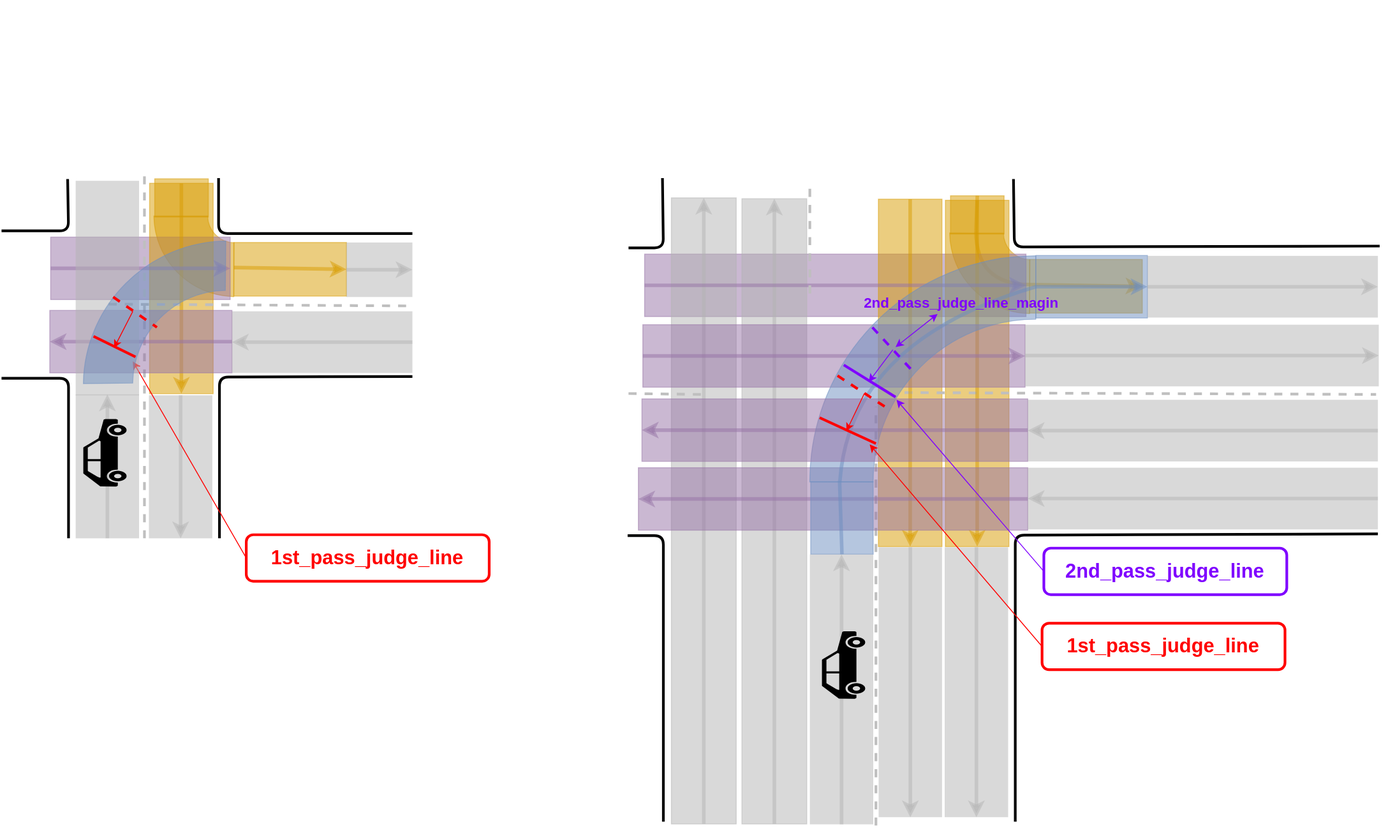
Above: pr-6047/planning/behavior_velocity_intersection_module/docs/pass-judge-line.drawio.svg in zusizusi/autoware.universe (draw.io), before the change. Source tidied: cells renumbered, new cells last; positions are measured from the earlier drawing's top-left corner, leaving out a move shared by most shapes.
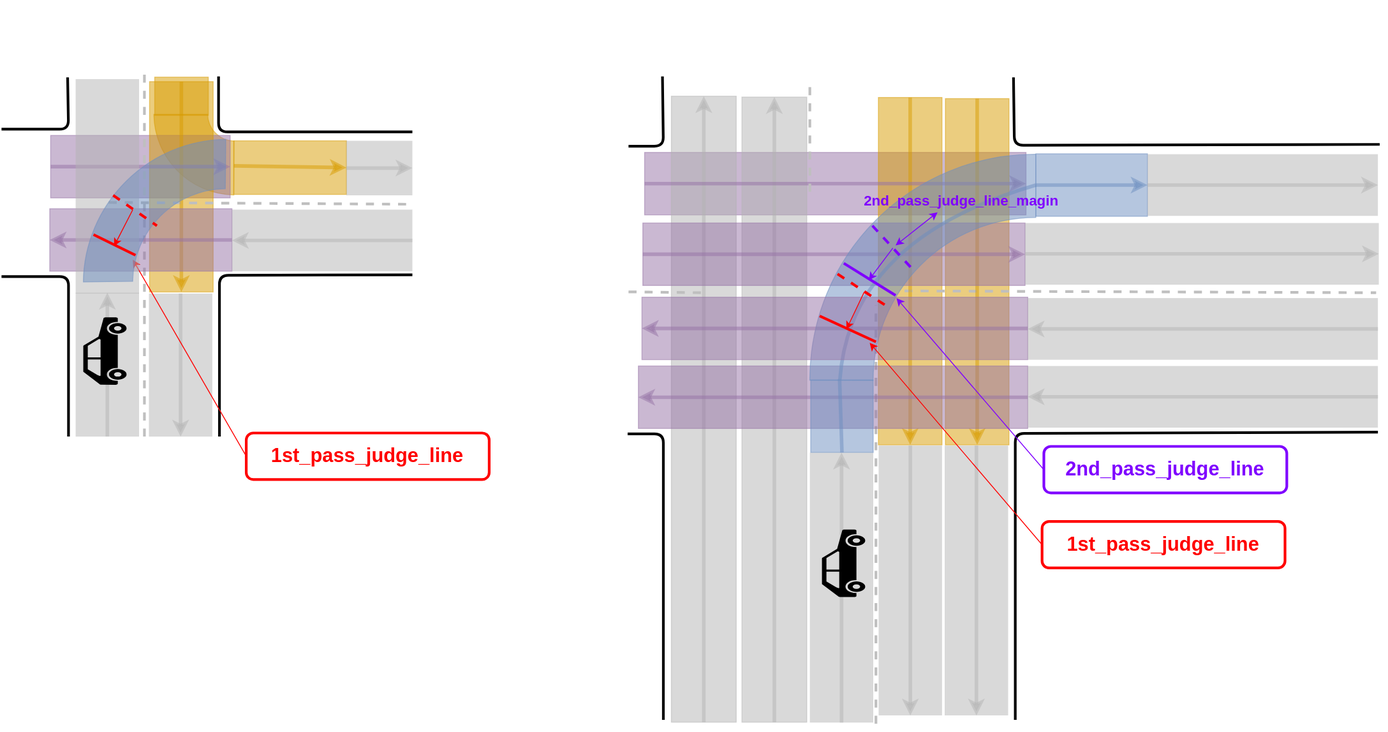
After the change.

Commit message:
Deployed 6dbaf57c12 to pr-6047 with MkDocs 1.4.3 and mike 2.1.0.dev0

What changed in the source:
```diff
@@ -2,37 +2,6 @@
   <root>
     <mxCell id="0" />
     <mxCell id="1" parent="0" />
-    <mxCell id="2" style="group;" parent="1" vertex="1">
-      <mxGeometry x="1024.8" y="-0.5" width="396.2" height="386.9" as="geometry" />
-    </mxCell>
-    <mxCell id="3" style="verticalLabelPosition=bottom;verticalAlign=top;html=1;shape=mxgraph.basic.partConcEllipse;startAngle=0.8627813740139013;endAngle=0.1103675079776549;arcWidth=0.67;fillColor=#D79B00;rotation=-130;strokeColor=#d79b00;opacity=50;" parent="2" vertex="1">
-      <mxGeometry x="36.2" y="170.5" width="181" height="179" as="geometry" />
-    </mxCell>
-    <mxCell id="4" style="rounded=0;whiteSpace=wrap;html=1;fillColor=#D79B00;rotation=-90;strokeColor=#d79b00;opacity=50;" parent="2" vertex="1">
-      <mxGeometry x="46.4" y="209.6" width="42.8" height="60" as="geometry" />
-    </mxCell>
-    <mxCell id="5" style="rounded=0;whiteSpace=wrap;html=1;fillColor=#D79B00;rotation=-180;strokeColor=#d79b00;opacity=50;" parent="2" vertex="1">
-      <mxGeometry x="126.2" y="289.5" width="126.2" height="60" as="geometry" />
-    </mxCell>
-    <mxCell id="6" style="endArrow=none;html=1;rounded=0;strokeColor=#D79B00;strokeWidth=4;opacity=50;exitX=1;exitY=0.5;exitDx=0;exitDy=0;" parent="2" edge="1" source="4">
-      <mxGeometry relative="1" as="geometry">
-        <mxPoint x="66.2" y="257.5" as="targetPoint" />
-      </mxGeometry>
-    </mxCell>
-    <mxCell id="7" style="curved=1;endArrow=none;html=1;rounded=0;strokeColor=#D79B00;strokeWidth=4;opacity=50;endFill=0;" parent="2" edge="1">
-      <mxGeometry relative="1" as="geometry">
-        <mxPoint x="66.2" y="257.5" as="sourcePoint" />
-        <mxPoint x="126.2" y="317.5" as="targetPoint" />
-        <Array as="points">
-          <mxPoint x="66.2" y="317.5" />
-        </Array>
-      </mxGeometry>
-    </mxCell>
-    <mxCell id="8" style="endArrow=classic;html=1;rounded=0;strokeColor=#D79B00;strokeWidth=4;opacity=50;entryX=0;entryY=0.5;entryDx=0;entryDy=0;" parent="2" edge="1" target="5">
-      <mxGeometry relative="1" as="geometry">
-        <mxPoint x="126.2" y="317.5" as="sourcePoint" />
-      </mxGeometry>
-    </mxCell>
     <mxCell id="9" style="rounded=0;whiteSpace=wrap;html=1;fillColor=#9673A6;rotation=-180;strokeColor=#9673a6;opacity=50;" parent="1" vertex="1">
       <mxGeometry x="720" y="283" width="427" height="69.9" as="geometry" />
     </mxCell>
```
